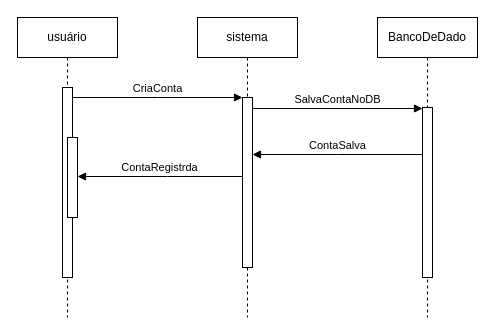
Earlier version of the draw.io diagram UML/Diagrama de sequencia scl login.drawio (MarceloP25/Sistema-de-Gestao-de-Coleta-de-Lixo-e-Reciclaveis---LPS). Source tidied: cells renumbered, new cells numbered last; positions are measured from the earlier drawing's top-left corner, leaving out a move shared by most shapes. Both pictures are drawn from the tidied source at 100%, with x=0, y=0 at pixel (17, 17).
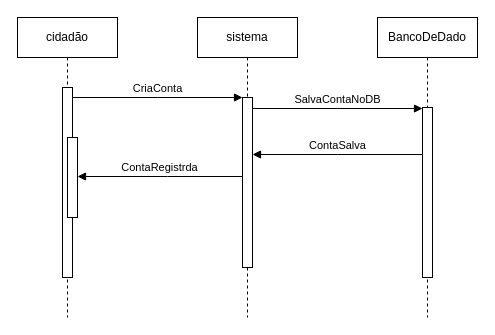
The same page after the edit.

Commit message:
Actualizar Diagrama de sequencia cadastro scl login.drawio

What changed in the source:
```diff
@@
-    <mxCell id="2" value="usuário" style="shape=umlLifeline;perimeter=lifelinePerimeter;whiteSpace=wrap;html=1;newEdgeStyle={&quot;edgeStyle&quot;:&quot;elbowEdgeStyle&quot;,&quot;elbow&quot;:&quot;vertical&quot;,&quot;curved&quot;:0,&quot;rounded&quot;:0};" parent="1" vertex="1">
+    <mxCell id="2" value="cidadão" style="shape=umlLifeline;perimeter=lifelinePerimeter;whiteSpace=wrap;html=1;newEdgeStyle={&quot;edgeStyle&quot;:&quot;elbowEdgeStyle&quot;,&quot;elbow&quot;:&quot;vertical&quot;,&quot;curved&quot;:0,&quot;rounded&quot;:0};" parent="1" vertex="1">
       <mxGeometry width="100" height="300" as="geometry" />
     </mxCell>
```
